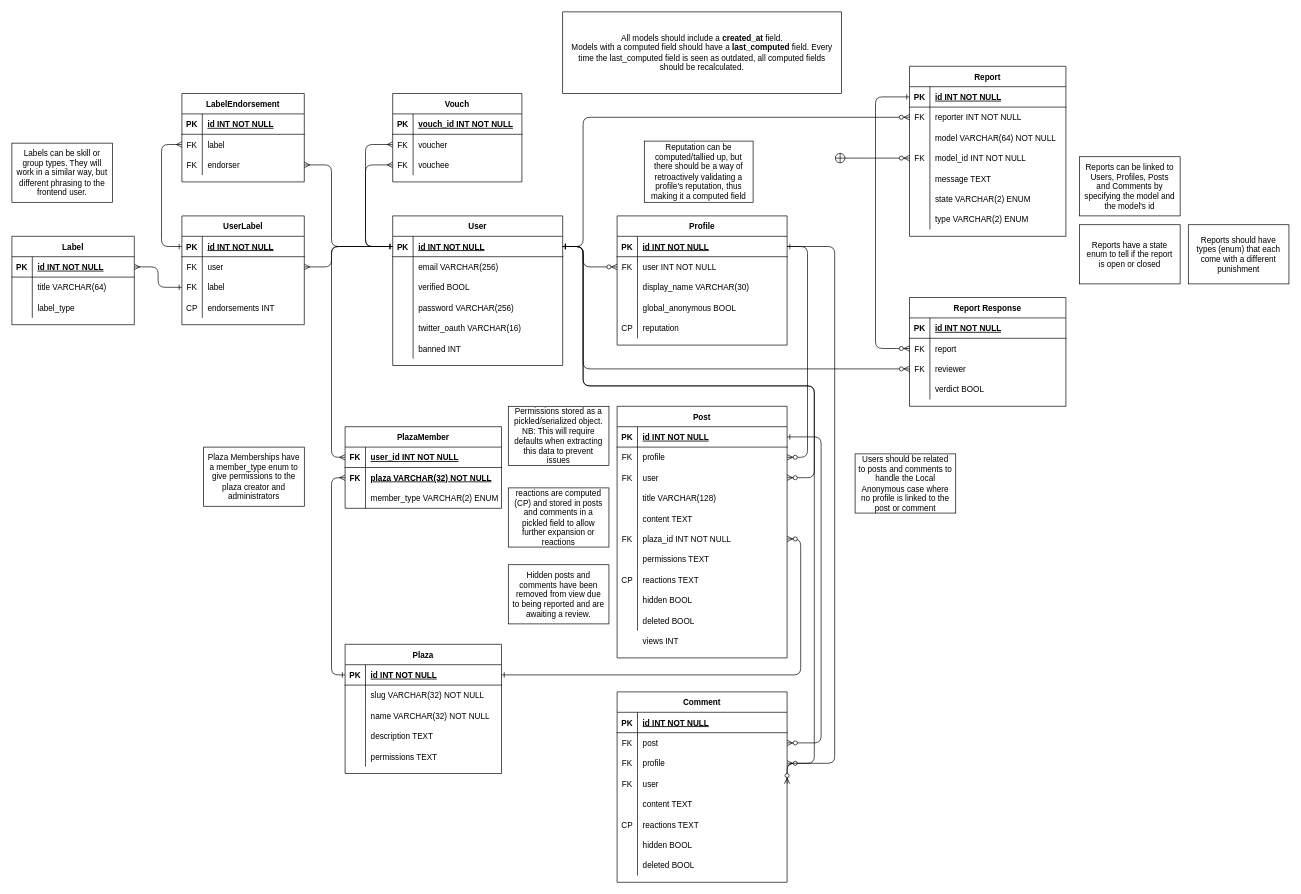
Before: backend/docs/EconPlaza.drawio in BenConstable9/ECMM427-Group-Development-Project-EconPlaza-Mirror, a draw.io diagram. Source tidied: cells renumbered, new cells numbered last; positions are measured from the earlier drawing's top-left corner, leaving out a move shared by most shapes. Both pictures are drawn from the tidied source at 68%, with x=0, y=0 at pixel (12, 12).
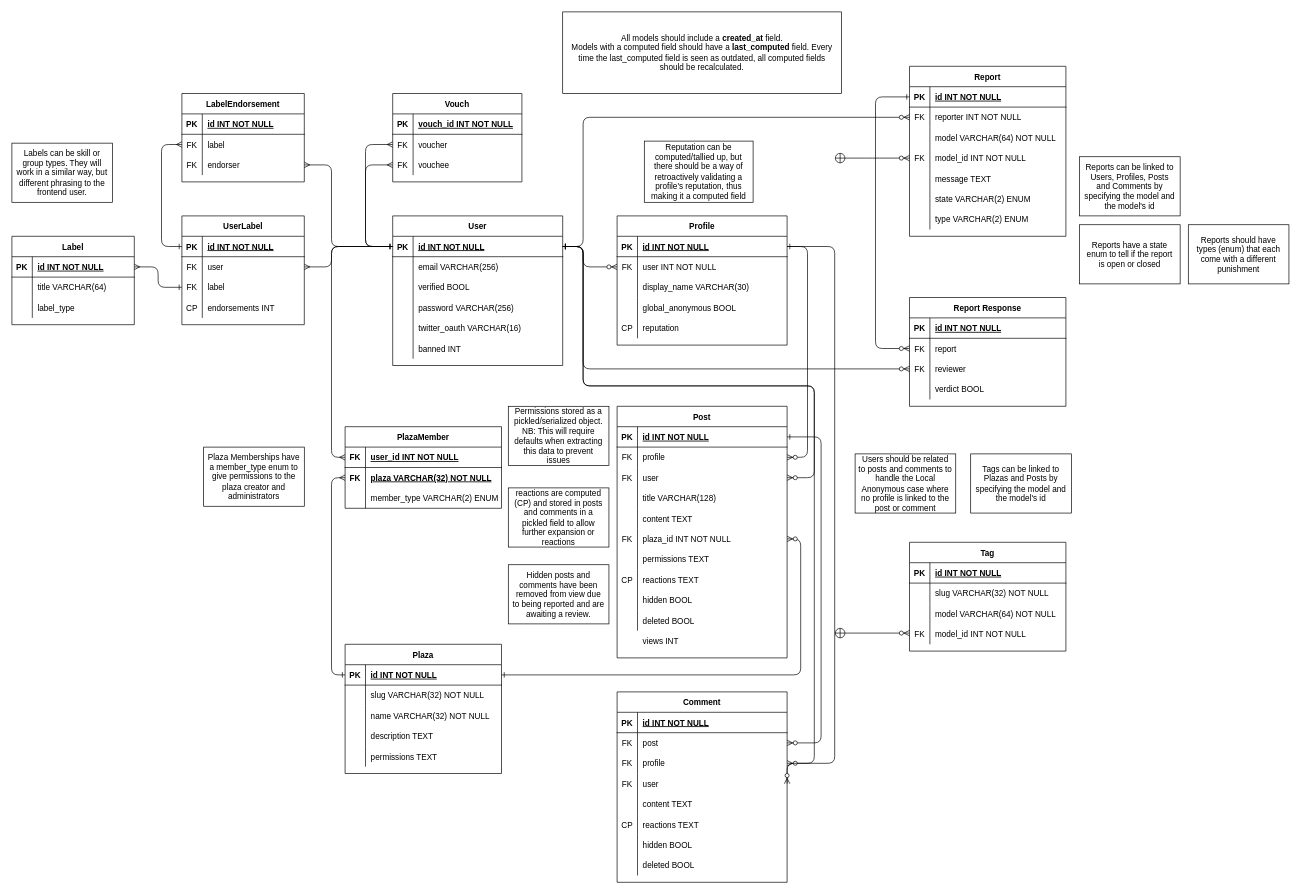
Above is the later version.

The edit, as a diff of the source:
```diff
@@
+    <mxCell id="228" value="Tag" style="shape=table;startSize=30;childLayout=tableLayout;rowLines=0;fontStyle=1;align=center;strokeColor=default;" parent="1" vertex="1">
+      <mxGeometry x="1320" y="780" width="230" height="160" as="geometry" />
+    </mxCell>
+    <mxCell id="229" style="shape=partialRectangle;fillColor=none;top=0;left=0;bottom=1;right=0;" parent="228" vertex="1">
+      <mxGeometry y="30" width="230" height="30" as="geometry" />
+    </mxCell>
+    <mxCell id="230" value="PK" style="shape=partialRectangle;fillColor=none;top=0;left=0;bottom=0;right=0;fontStyle=1;overflow=hidden;" parent="229" vertex="1">
+      <mxGeometry width="30" height="30" as="geometry" />
+    </mxCell>
+    <mxCell id="231" value="id INT NOT NULL" style="shape=partialRectangle;fillColor=none;top=0;left=0;bottom=0;right=0;align=left;spacingLeft=6;fontStyle=5;overflow=hidden;" parent="229" vertex="1">
+      <mxGeometry x="30" width="200" height="30" as="geometry" />
+    </mxCell>
+    <mxCell id="232" style="shape=partialRectangle;fillColor=none;top=0;left=0;bottom=0;right=0;" parent="228" vertex="1">
+      <mxGeometry y="60" width="230" height="30" as="geometry" />
+    </mxCell>
+    <mxCell id="233" style="shape=partialRectangle;fillColor=none;top=0;left=0;bottom=0;right=0;fontStyle=0;overflow=hidden;" parent="232" vertex="1">
+      <mxGeometry width="30" height="30" as="geometry" />
+    </mxCell>
+    <mxCell id="234" value="slug VARCHAR(32) NOT NULL" style="shape=partialRectangle;fillColor=none;top=0;left=0;bottom=0;right=0;align=left;spacingLeft=6;fontStyle=0;overflow=hidden;" parent="232" vertex="1">
+      <mxGeometry x="30" width="200" height="30" as="geometry" />
+    </mxCell>
+    <mxCell id="235" style="shape=partialRectangle;fillColor=none;top=0;left=0;bottom=0;right=0;" parent="228" vertex="1">
+      <mxGeometry y="90" width="230" height="30" as="geometry" />
+    </mxCell>
+    <mxCell id="236" style="shape=partialRectangle;fillColor=none;top=0;left=0;bottom=0;right=0;overflow=hidden;" parent="235" vertex="1">
+      <mxGeometry width="30" height="30" as="geometry" />
+    </mxCell>
+    <mxCell id="237" value="model VARCHAR(64) NOT NULL" style="shape=partialRectangle;fillColor=none;top=0;left=0;bottom=0;right=0;align=left;spacingLeft=6;overflow=hidden;" parent="235" vertex="1">
+      <mxGeometry x="30" width="200" height="30" as="geometry" />
+    </mxCell>
+    <mxCell id="238" style="shape=partialRectangle;fillColor=none;top=0;left=0;bottom=0;right=0;" parent="228" vertex="1">
+      <mxGeometry y="120" width="230" height="30" as="geometry" />
+    </mxCell>
+    <mxCell id="239" value="FK" style="shape=partialRectangle;fillColor=none;top=0;left=0;bottom=0;right=0;overflow=hidden;" parent="238" vertex="1">
+      <mxGeometry width="30" height="30" as="geometry" />
+    </mxCell>
+    <mxCell id="240" value="model_id INT NOT NULL" style="shape=partialRectangle;fillColor=none;top=0;left=0;bottom=0;right=0;align=left;spacingLeft=6;overflow=hidden;" parent="238" vertex="1">
+      <mxGeometry x="30" width="200" height="30" as="geometry" />
+    </mxCell>
+    <mxCell id="241" style="edgeStyle=orthogonalEdgeStyle;rounded=1;orthogonalLoop=1;jettySize=auto;html=1;exitX=0;exitY=0.5;exitDx=0;exitDy=0;startArrow=ERzeroToMany;startFill=1;endArrow=circlePlus;endFill=0;" parent="1" edge="1">
+      <mxGeometry relative="1" as="geometry">
+        <mxPoint x="1320" y="913.5" as="sourcePoint" />
+        <mxPoint x="1210" y="913.5" as="targetPoint" />
+      </mxGeometry>
+    </mxCell>
+    <mxCell id="242" value="Tags can be linked to Plazas and Posts by specifying the model and the model's id" style="text;html=1;strokeColor=default;fillColor=none;align=center;verticalAlign=middle;whiteSpace=wrap;rounded=0;perimeterSpacing=0;spacingTop=5;spacingBottom=5;spacing=6;" parent="1" vertex="1">
+      <mxGeometry x="1410" y="650" width="148" height="87" as="geometry" />
+    </mxCell>
```
